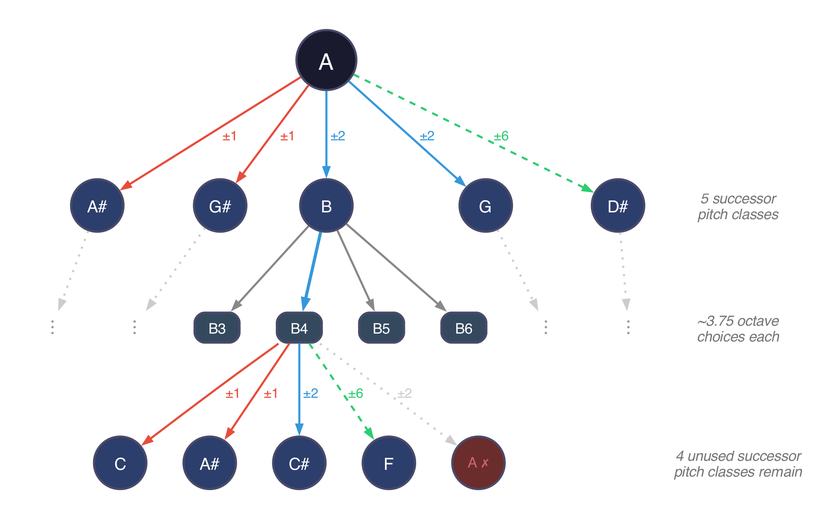
The Graphviz diagram angry_man_branching.png in vasilescur/jazz-engine, before a commit. Its source is kept beside it as angry_man_branching.dot.
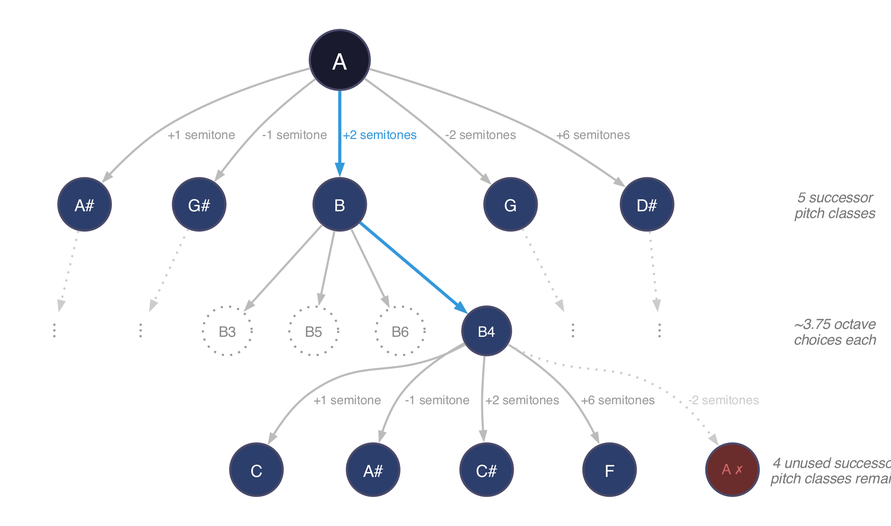
After the change.

Commit message:
Rework branching diagram: gray/blue edges, semitone labels, ghost notes

What changed in the source:
```diff
@@ -14,8 +14,8 @@
     ]
     edge [
         fontname="Helvetica"
-        fontsize=13
-        color="#888888"
+        fontsize=12
+        color="#bbbbbb"
         penwidth=2
         arrowsize=0.8
     ]
@@ -45,36 +45,38 @@
     s_g   [label="G"]
     s_ds  [label="D#"]
 
-    start -> s_as  [label=" ±1 ", fontcolor="#e74c3c", color="#e74c3c"]
-    start -> s_gs  [label=" ±1 ", fontcolor="#e74c3c", color="#e74c3c"]
-    start -> s_b   [label=" ±2 ", fontcolor="#3498db", color="#3498db"]
-    start -> s_g   [label=" ±2 ", fontcolor="#3498db", color="#3498db"]
-    start -> s_ds  [label=" ±6 ", fontcolor="#2ecc71", color="#2ecc71", style=dashed]
+    start -> s_as  [label=" +1 semitone ", fontcolor="#999999"]
+    start -> s_gs  [label=" -1 semitone ", fontcolor="#999999"]
+    start -> s_b   [label=" +2 semitones ", fontcolor="#3498db", color="#3498db", penwidth=3]
+    start -> s_g   [label=" -2 semitones ", fontcolor="#999999"]
+    start -> s_ds  [label=" +6 semitones ", fontcolor="#999999"]
 
     lbl1 [label="5 successor\npitch classes", shape=plaintext, fillcolor="transparent", fontcolor="#777777", fontsize=14, fontname="Helvetica-Oblique"]
 
     node [
-        shape=box
-        fillcolor="#34495e"
-        fontcolor="white"
+        shape=circle
+        fillcolor="transparent"
+        fontcolor="#888888"
         fontsize=14
-        width=0.6
-        height=0.4
-        fixedsize=false
-        style="filled,rounded"
+        width=0.65
+        fixedsize=true
+        style=dotted
+        color="#999999"
+        penwidth=2
     ]
 
     b3 [label="B3"]
-    b4 [label="B4"]
     b5 [label="B5"]
     b6 [label="B6"]
 
-    s_b -> b3
+    b4 [label="B4", style=filled, fillcolor="#2c3e6b", fontcolor="white", color="#4a4a6a", penwidth=2]
+
+    s_b -> b3 [color="#bbbbbb"]
     s_b -> b4 [penwidth=3, color="#3498db"]
-    s_b -> b5
-    s_b -> b6
+    s_b -> b5 [color="#bbbbbb"]
+    s_b -> b6 [color="#bbbbbb"]
 
-    node [shape=plaintext, fillcolor="transparent", fontcolor="#999999", fontsize=20]
+    node [shape=plaintext, fillcolor="transparent", fontcolor="#999999", fontsize=20, style=""]
     dots_as [label="⋮"]
     dots_gs [label="⋮"]
     dots_g  [label="⋮"]
@@ -94,6 +96,9 @@
         fontsize=16
         width=0.7
         fixedsize=true
+        style=filled
+        color="#4a4a6a"
+        penwidth=2
     ]
 
     n_c   [label="C"]
@@ -103,11 +108,11 @@
 
     n_a_used [label="A ✗", fillcolor="#6b2c2c", fontcolor="#cc6666", fontsize=14]
 
-    b4 -> n_c    [label=" ±1 ", fontcolor="#e74c3c", color="#e74c3c"]
-    b4 -> n_as2  [label=" ±1 ", fontcolor="#e74c3c", color="#e74c3c"]
-    b4 -> n_cs   [label=" ±2 ", fontcolor="#3498db", color="#3498db"]
-    b4 -> n_a_used [label=" ±2 ", fontcolor="#cccccc", color="#cccccc", style=dotted]
-    b4 -> n_f    [label=" ±6 ", fontcolor="#2ecc71", color="#2ecc71", style=dashed]
+    b4 -> n_c    [label=" +1 semitone ", fontcolor="#999999"]
+    b4 -> n_as2  [label=" -1 semitone ", fontcolor="#999999"]
+    b4 -> n_cs   [label=" +2 semitones ", fontcolor="#999999"]
+    b4 -> n_a_used [label=" -2 semitones ", fontcolor="#cccccc", color="#cccccc", style=dotted]
+    b4 -> n_f    [label=" +6 semitones ", fontcolor="#999999"]
 
     lbl3 [label="4 unused successor\npitch classes remain", shape=plaintext, fillcolor="transparent", fontcolor="#777777", fontsize=14, fontname="Helvetica-Oblique"]
 
```
